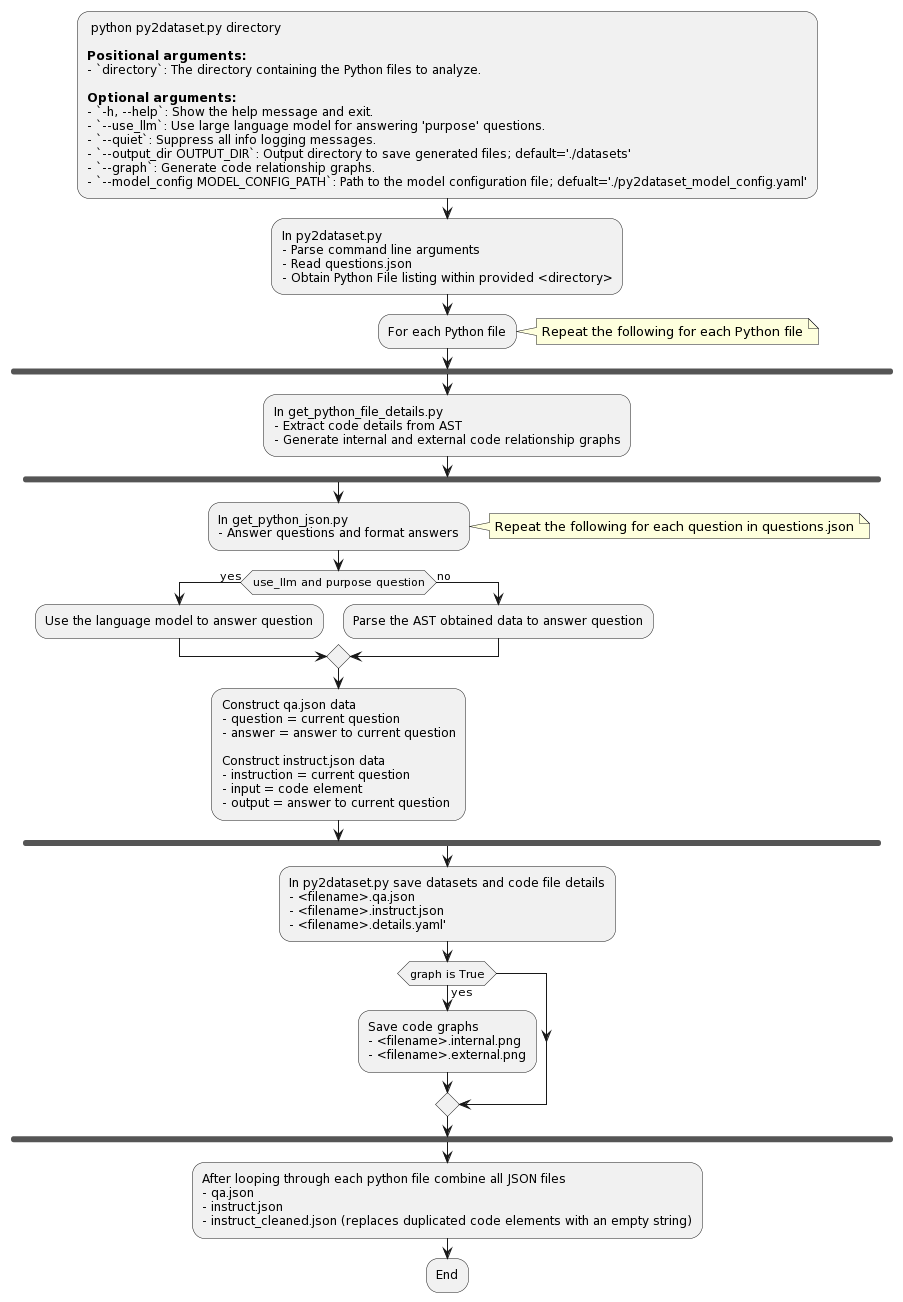
This is py2dataset.png from jeffmeloy/py2dataset, a PlantUML export, as it was before one commit.
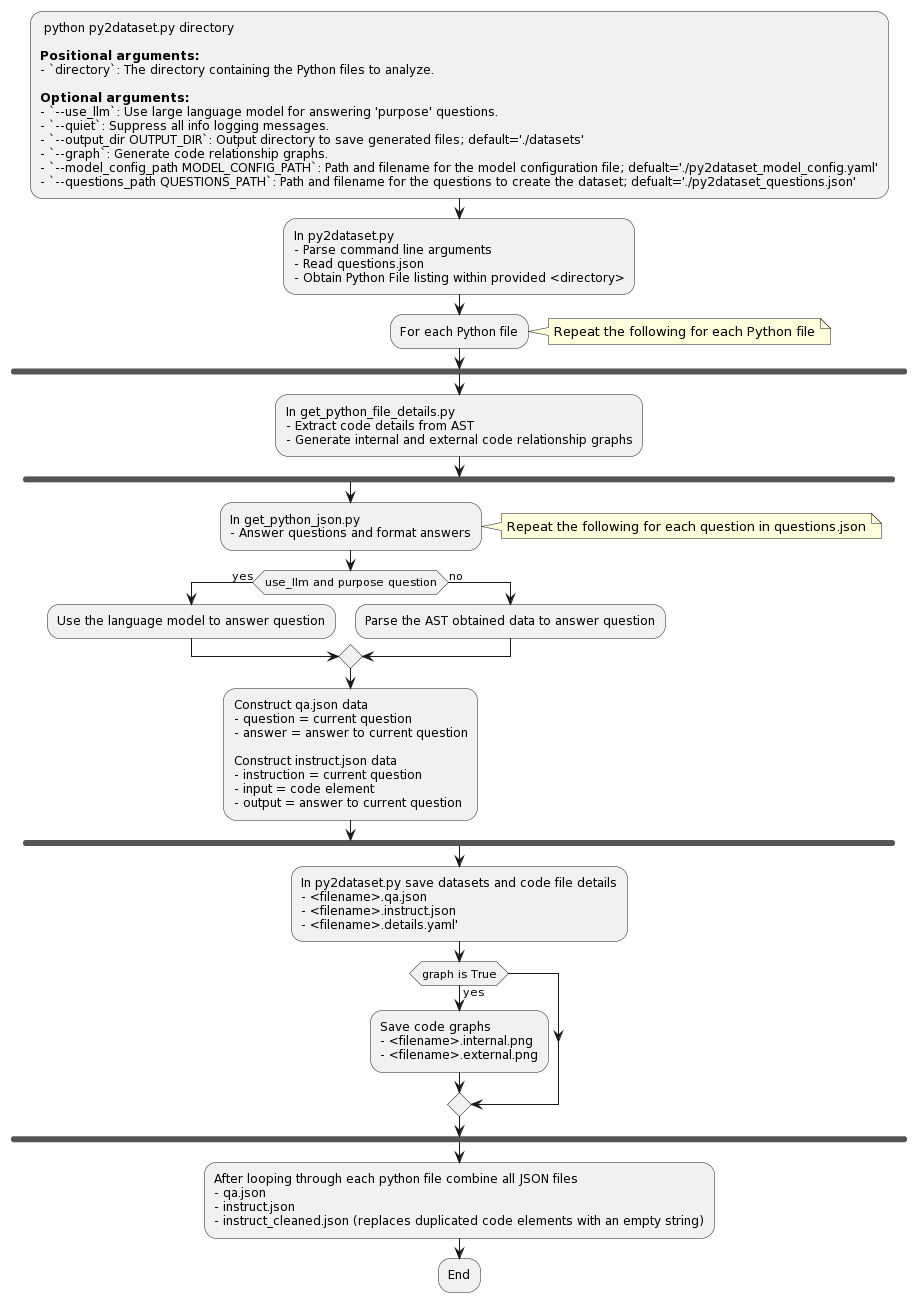
The same diagram one commit later.

The edit, as a diff of the source:
```diff
@@ -5,12 +5,12 @@
 - `directory`: The directory containing the Python files to analyze.
 
 **Optional arguments:**
-- `-h, --help`: Show the help message and exit.
 - `--use_llm`: Use large language model for answering 'purpose' questions.
 - `--quiet`: Suppress all info logging messages.
 - `--output_dir OUTPUT_DIR`: Output directory to save generated files; default='./datasets'
 - `--graph`: Generate code relationship graphs.
-- `--model_config MODEL_CONFIG_PATH`: Path to the model configuration file; defualt='./py2dataset_model_config.yaml';
+- `--model_config_path MODEL_CONFIG_PATH`: Path and filename for the model configuration file; defualt='./py2dataset_model_config.yaml'
+- `--questions_path QUESTIONS_PATH`: Path and filename for the questions to create the dataset; defualt='./py2dataset_questions.json';
 :In py2dataset.py
 - Parse command line arguments
 - Read questions.json
```
